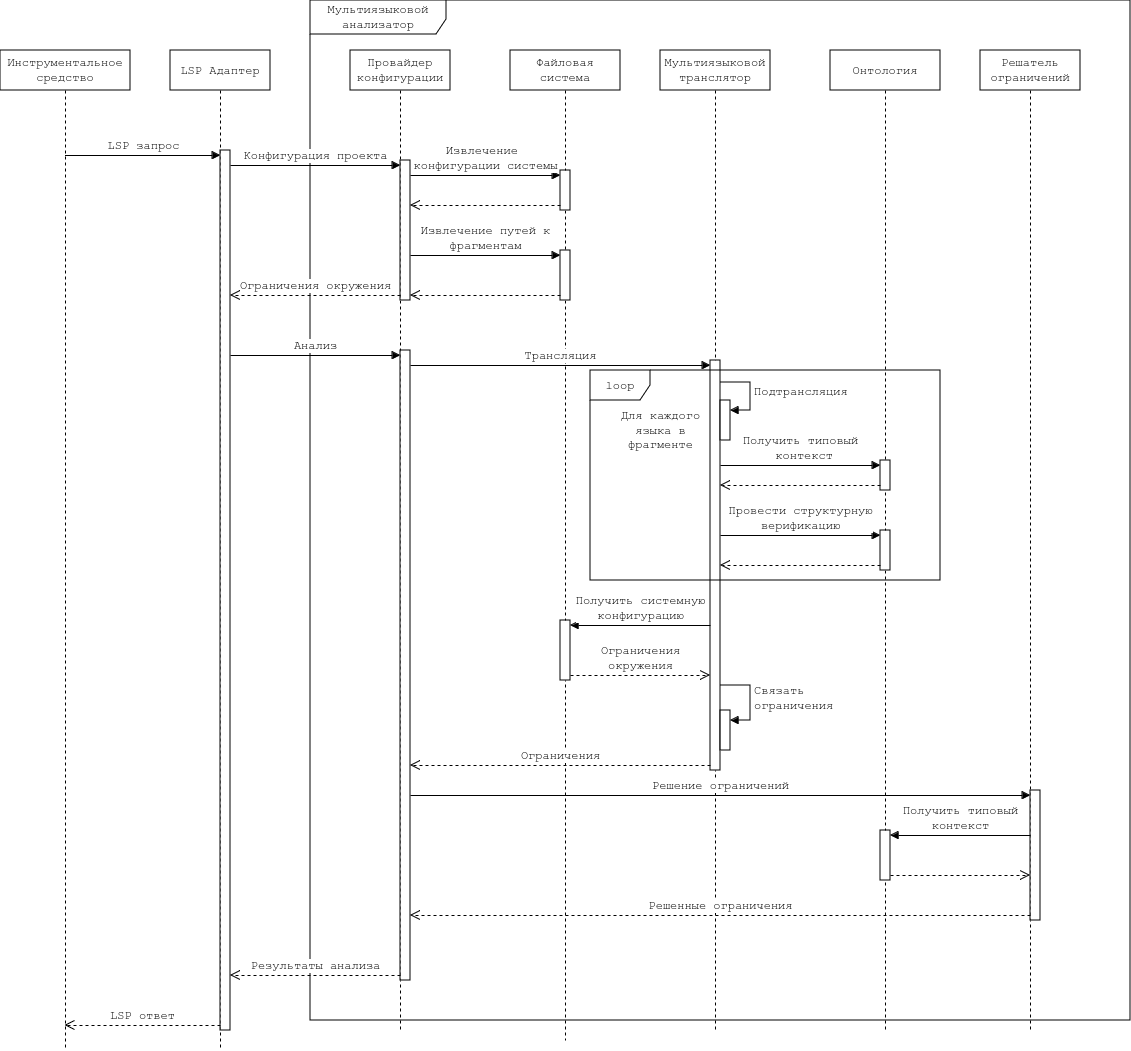
Earlier version of the draw.io export graphics/img/sequence.png (UberDever/master-thesis). Source tidied: cells renumbered, new cells last; positions are measured from the earlier drawing's top-left corner, leaving out a move shared by most shapes.
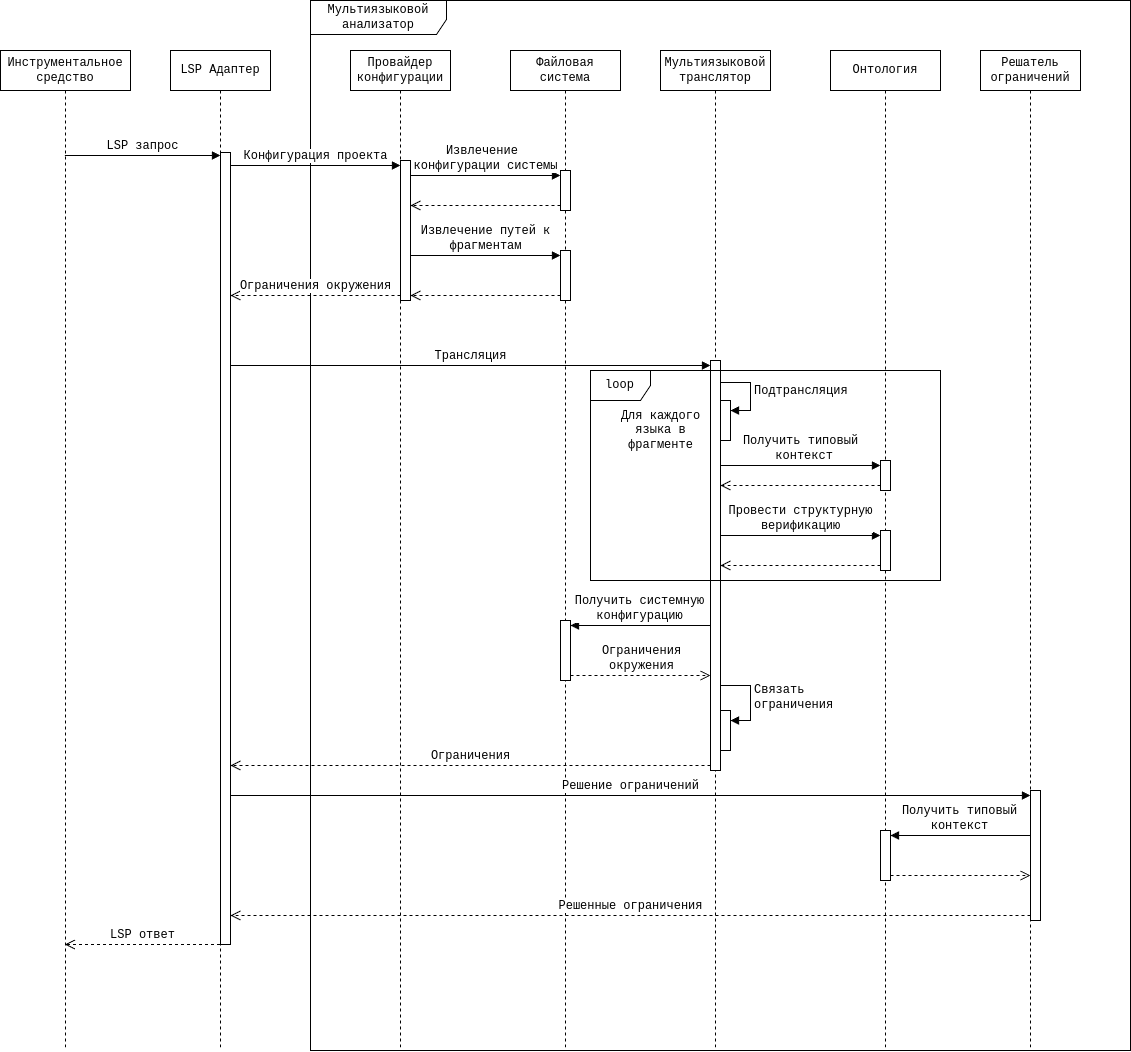
After the commit.

Diff of the diagram source:
```diff
@@ -3,31 +3,28 @@
     <mxCell id="0" />
     <mxCell id="1" parent="0" />
     <mxCell id="2" value="Мультиязыковой анализатор" style="shape=umlFrame;whiteSpace=wrap;html=1;strokeColor=default;align=center;verticalAlign=middle;fontFamily=Courier New;fontSize=12;fontColor=default;fillColor=default;width=136;height=34;" parent="1" vertex="1">
-      <mxGeometry x="310" width="820" height="1020" as="geometry" />
+      <mxGeometry x="310" width="820" height="1050" as="geometry" />
     </mxCell>
     <mxCell id="3" value="LSP Адаптер" style="shape=umlLifeline;perimeter=lifelinePerimeter;whiteSpace=wrap;html=1;outlineConnect=0;portConstraint=eastwest;newEdgeStyle={&quot;edgeStyle&quot;:&quot;elbowEdgeStyle&quot;,&quot;elbow&quot;:&quot;vertical&quot;,&quot;curved&quot;:0,&quot;rounded&quot;:0};fontFamily=Courier New;" parent="1" vertex="1">
       <mxGeometry x="170" y="50" width="100" height="1000" as="geometry" />
     </mxCell>
-    <mxCell id="4" style="html=1;points=[[0,0,0,0,5],[0,1,0,0,-5],[1,0,0,0,5],[1,1,0,0,-5]];perimeter=orthogonalPerimeter;outlineConnect=0;targetShapes=umlLifeline;portConstraint=eastwest;newEdgeStyle={&quot;curved&quot;:0,&quot;rounded&quot;:0};strokeColor=default;align=center;verticalAlign=middle;fontFamily=Courier New;fontSize=12;fontColor=default;fillColor=default;" parent="3" vertex="1">
-      <mxGeometry x="50" y="100" width="10" height="880" as="geometry" />
-    </mxCell>
+    <mxCell id="7" style="html=1;points=[[0,0,0,0,5],[0,1,0,0,-5],[1,0,0,0,5],[1,1,0,0,-5]];perimeter=orthogonalPerimeter;outlineConnect=0;targetShapes=umlLifeline;portConstraint=eastwest;newEdgeStyle={&quot;curved&quot;:0,&quot;rounded&quot;:0};strokeColor=default;align=center;verticalAlign=middle;fontFamily=Courier New;fontSize=12;fontColor=default;fillColor=default;" parent="3" vertex="1">
+      <mxGeometry x="50" y="102" width="10" height="792" as="geometry" />
+    </mxCell>
     <mxCell id="5" value="Провайдер конфигурации" style="shape=umlLifeline;perimeter=lifelinePerimeter;whiteSpace=wrap;html=1;newEdgeStyle={&quot;edgeStyle&quot;:&quot;elbowEdgeStyle&quot;,&quot;elbow&quot;:&quot;vertical&quot;,&quot;curved&quot;:0,&quot;rounded&quot;:0};fontFamily=Courier New;" parent="1" vertex="1">
-      <mxGeometry x="350" y="50" width="100" height="980" as="geometry" />
+      <mxGeometry x="350" y="50" width="100" height="999" as="geometry" />
     </mxCell>
     <mxCell id="6" style="html=1;points=[[0,0,0,0,5],[0,1,0,0,-5],[1,0,0,0,5],[1,1,0,0,-5]];perimeter=orthogonalPerimeter;outlineConnect=0;targetShapes=umlLifeline;portConstraint=eastwest;newEdgeStyle={&quot;curved&quot;:0,&quot;rounded&quot;:0};strokeColor=default;align=center;verticalAlign=middle;fontFamily=Courier New;fontSize=12;fontColor=default;fillColor=default;" parent="5" vertex="1">
       <mxGeometry x="50" y="110" width="10" height="140" as="geometry" />
     </mxCell>
-    <mxCell id="7" style="html=1;points=[[0,0,0,0,5],[0,1,0,0,-5],[1,0,0,0,5],[1,1,0,0,-5]];perimeter=orthogonalPerimeter;outlineConnect=0;targetShapes=umlLifeline;portConstraint=eastwest;newEdgeStyle={&quot;curved&quot;:0,&quot;rounded&quot;:0};strokeColor=default;align=center;verticalAlign=middle;fontFamily=Courier New;fontSize=12;fontColor=default;fillColor=default;" parent="5" vertex="1">
-      <mxGeometry x="50" y="300" width="10" height="630" as="geometry" />
-    </mxCell>
     <mxCell id="8" value="Решатель ограничений" style="shape=umlLifeline;perimeter=lifelinePerimeter;whiteSpace=wrap;html=1;newEdgeStyle={&quot;edgeStyle&quot;:&quot;elbowEdgeStyle&quot;,&quot;elbow&quot;:&quot;vertical&quot;,&quot;curved&quot;:0,&quot;rounded&quot;:0};fontFamily=Courier New;" parent="1" vertex="1">
-      <mxGeometry x="980" y="50" width="100" height="980" as="geometry" />
+      <mxGeometry x="980" y="50" width="100" height="999" as="geometry" />
     </mxCell>
     <mxCell id="9" style="html=1;points=[[0,0,0,0,5],[0,1,0,0,-5],[1,0,0,0,5],[1,1,0,0,-5]];perimeter=orthogonalPerimeter;outlineConnect=0;targetShapes=umlLifeline;portConstraint=eastwest;newEdgeStyle={&quot;curved&quot;:0,&quot;rounded&quot;:0};strokeColor=default;align=center;verticalAlign=middle;fontFamily=Courier New;fontSize=12;fontColor=default;fillColor=default;" parent="8" vertex="1">
       <mxGeometry x="50" y="740" width="10" height="130" as="geometry" />
     </mxCell>
     <mxCell id="10" value="Мультиязыковой транслятор" style="shape=umlLifeline;perimeter=lifelinePerimeter;whiteSpace=wrap;html=1;newEdgeStyle={&quot;edgeStyle&quot;:&quot;elbowEdgeStyle&quot;,&quot;elbow&quot;:&quot;vertical&quot;,&quot;curved&quot;:0,&quot;rounded&quot;:0};fontFamily=Courier New;" parent="1" vertex="1">
-      <mxGeometry x="660" y="50" width="110" height="980" as="geometry" />
+      <mxGeometry x="660" y="50" width="110" height="999" as="geometry" />
     </mxCell>
     <mxCell id="11" style="html=1;points=[[0,0,0,0,5],[0,1,0,0,-5],[1,0,0,0,5],[1,1,0,0,-5]];perimeter=orthogonalPerimeter;outlineConnect=0;targetShapes=umlLifeline;portConstraint=eastwest;newEdgeStyle={&quot;curved&quot;:0,&quot;rounded&quot;:0};strokeColor=default;align=center;verticalAlign=middle;fontFamily=Courier New;fontSize=12;fontColor=default;fillColor=default;" parent="10" vertex="1">
       <mxGeometry x="50" y="310" width="10" height="410" as="geometry" />
@@ -55,13 +52,13 @@
       </mxGeometry>
     </mxCell>
     <mxCell id="16" value="Онтология" style="shape=umlLifeline;perimeter=lifelinePerimeter;whiteSpace=wrap;html=1;newEdgeStyle={&quot;edgeStyle&quot;:&quot;elbowEdgeStyle&quot;,&quot;elbow&quot;:&quot;vertical&quot;,&quot;curved&quot;:0,&quot;rounded&quot;:0};fontFamily=Courier New;" parent="1" vertex="1">
-      <mxGeometry x="830" y="50" width="110" height="980" as="geometry" />
+      <mxGeometry x="830" y="50" width="110" height="999" as="geometry" />
     </mxCell>
     <mxCell id="17" style="html=1;points=[[0,0,0,0,5],[0,1,0,0,-5],[1,0,0,0,5],[1,1,0,0,-5]];perimeter=orthogonalPerimeter;outlineConnect=0;targetShapes=umlLifeline;portConstraint=eastwest;newEdgeStyle={&quot;curved&quot;:0,&quot;rounded&quot;:0};strokeColor=default;align=center;verticalAlign=middle;fontFamily=Courier New;fontSize=12;fontColor=default;fillColor=default;" parent="16" vertex="1">
       <mxGeometry x="50" y="780" width="10" height="50" as="geometry" />
     </mxCell>
     <mxCell id="18" value="Файловая система" style="shape=umlLifeline;perimeter=lifelinePerimeter;whiteSpace=wrap;html=1;newEdgeStyle={&quot;edgeStyle&quot;:&quot;elbowEdgeStyle&quot;,&quot;elbow&quot;:&quot;vertical&quot;,&quot;curved&quot;:0,&quot;rounded&quot;:0};fontFamily=Courier New;" parent="1" vertex="1">
-      <mxGeometry x="510" y="50" width="110" height="990" as="geometry" />
+      <mxGeometry x="510" y="50" width="110" height="999" as="geometry" />
     </mxCell>
     <mxCell id="19" style="html=1;points=[[0,0,0,0,5],[0,1,0,0,-5],[1,0,0,0,5],[1,1,0,0,-5]];perimeter=orthogonalPerimeter;outlineConnect=0;targetShapes=umlLifeline;portConstraint=eastwest;newEdgeStyle={&quot;curved&quot;:0,&quot;rounded&quot;:0};strokeColor=default;align=center;verticalAlign=middle;fontFamily=Courier New;fontSize=12;fontColor=default;fillColor=default;" parent="18" vertex="1">
       <mxGeometry x="50" y="120" width="10" height="40" as="geometry" />
@@ -75,24 +72,24 @@
     <mxCell id="22" value="Инструментальное средство" style="shape=umlLifeline;perimeter=lifelinePerimeter;whiteSpace=wrap;html=1;outlineConnect=0;portConstraint=eastwest;newEdgeStyle={&quot;edgeStyle&quot;:&quot;elbowEdgeStyle&quot;,&quot;elbow&quot;:&quot;vertical&quot;,&quot;curved&quot;:0,&quot;rounded&quot;:0};fontFamily=Courier New;" parent="1" vertex="1">
       <mxGeometry y="50" width="130" height="1000" as="geometry" />
     </mxCell>
-    <mxCell id="23" value="LSP запрос" style="html=1;verticalAlign=bottom;endArrow=block;curved=0;rounded=0;entryX=0;entryY=0;entryDx=0;entryDy=5;fontFamily=Courier New;fontSize=12;fontColor=default;" parent="1" edge="1" source="22" target="4">
-      <mxGeometry relative="1" as="geometry" />
+    <mxCell id="23" value="LSP запрос" style="html=1;verticalAlign=bottom;endArrow=block;curved=0;rounded=0;entryX=0;entryY=0;entryDx=0;entryDy=5;fontFamily=Courier New;fontSize=12;fontColor=default;" parent="1" edge="1" source="22">
+      <mxGeometry relative="1" as="geometry">
+        <mxPoint x="220" y="155" as="targetPoint" />
+      </mxGeometry>
     </mxCell>
-    <mxCell id="24" value="LSP ответ" style="html=1;verticalAlign=bottom;endArrow=open;dashed=1;endSize=8;curved=0;rounded=0;exitX=0;exitY=1;exitDx=0;exitDy=-5;fontFamily=Courier New;fontSize=12;fontColor=default;" parent="1" edge="1" source="4" target="22">
-      <mxGeometry relative="1" as="geometry" />
+    <mxCell id="24" value="LSP ответ" style="html=1;verticalAlign=bottom;endArrow=open;dashed=1;endSize=8;curved=0;rounded=0;fontFamily=Courier New;fontSize=12;fontColor=default;" parent="1" edge="1" source="3" target="22">
+      <mxGeometry relative="1" as="geometry">
+        <Array as="points">
+          <mxPoint x="172" y="944" />
+        </Array>
+      </mxGeometry>
     </mxCell>
-    <mxCell id="25" value="Конфигурация проекта" style="html=1;verticalAlign=bottom;endArrow=block;curved=0;rounded=0;entryX=0;entryY=0;entryDx=0;entryDy=5;fontFamily=Courier New;fontSize=12;fontColor=default;" parent="1" edge="1" source="4" target="6">
+    <mxCell id="25" value="Конфигурация проекта" style="html=1;verticalAlign=bottom;endArrow=block;curved=0;rounded=0;entryX=0;entryY=0;entryDx=0;entryDy=5;fontFamily=Courier New;fontSize=12;fontColor=default;" parent="1" edge="1" source="7" target="6">
       <mxGeometry relative="1" as="geometry" />
     </mxCell>
-    <mxCell id="26" value="Ограничения окружения" style="html=1;verticalAlign=bottom;endArrow=open;dashed=1;endSize=8;curved=0;rounded=0;exitX=0;exitY=1;exitDx=0;exitDy=-5;fontFamily=Courier New;fontSize=12;fontColor=default;" parent="1" edge="1" source="6" target="4">
+    <mxCell id="26" value="Ограничения окружения" style="html=1;verticalAlign=bottom;endArrow=open;dashed=1;endSize=8;curved=0;rounded=0;exitX=0;exitY=1;exitDx=0;exitDy=-5;fontFamily=Courier New;fontSize=12;fontColor=default;" parent="1" edge="1" source="6" target="7">
       <mxGeometry relative="1" as="geometry" />
     </mxCell>
-    <mxCell id="27" value="Анализ" style="html=1;verticalAlign=bottom;endArrow=block;curved=0;rounded=0;entryX=0;entryY=0;entryDx=0;entryDy=5;fontFamily=Courier New;fontSize=12;fontColor=default;" parent="1" edge="1" source="4" target="7">
-      <mxGeometry relative="1" as="geometry" />
-    </mxCell>
-    <mxCell id="28" value="Результаты анализа" style="html=1;verticalAlign=bottom;endArrow=open;dashed=1;endSize=8;curved=0;rounded=0;exitX=0;exitY=1;exitDx=0;exitDy=-5;fontFamily=Courier New;fontSize=12;fontColor=default;" parent="1" edge="1" source="7" target="4">
-      <mxGeometry relative="1" as="geometry" />
-    </mxCell>
     <mxCell id="29" value="&lt;div&gt;Извлечение&amp;nbsp;&lt;/div&gt;&lt;div&gt;конфигурации системы&lt;/div&gt;" style="html=1;verticalAlign=bottom;endArrow=block;curved=0;rounded=0;entryX=0;entryY=0;entryDx=0;entryDy=5;fontFamily=Courier New;fontSize=12;fontColor=default;" parent="1" edge="1" source="6" target="19">
       <mxGeometry relative="1" as="geometry" />
     </mxCell>
```
